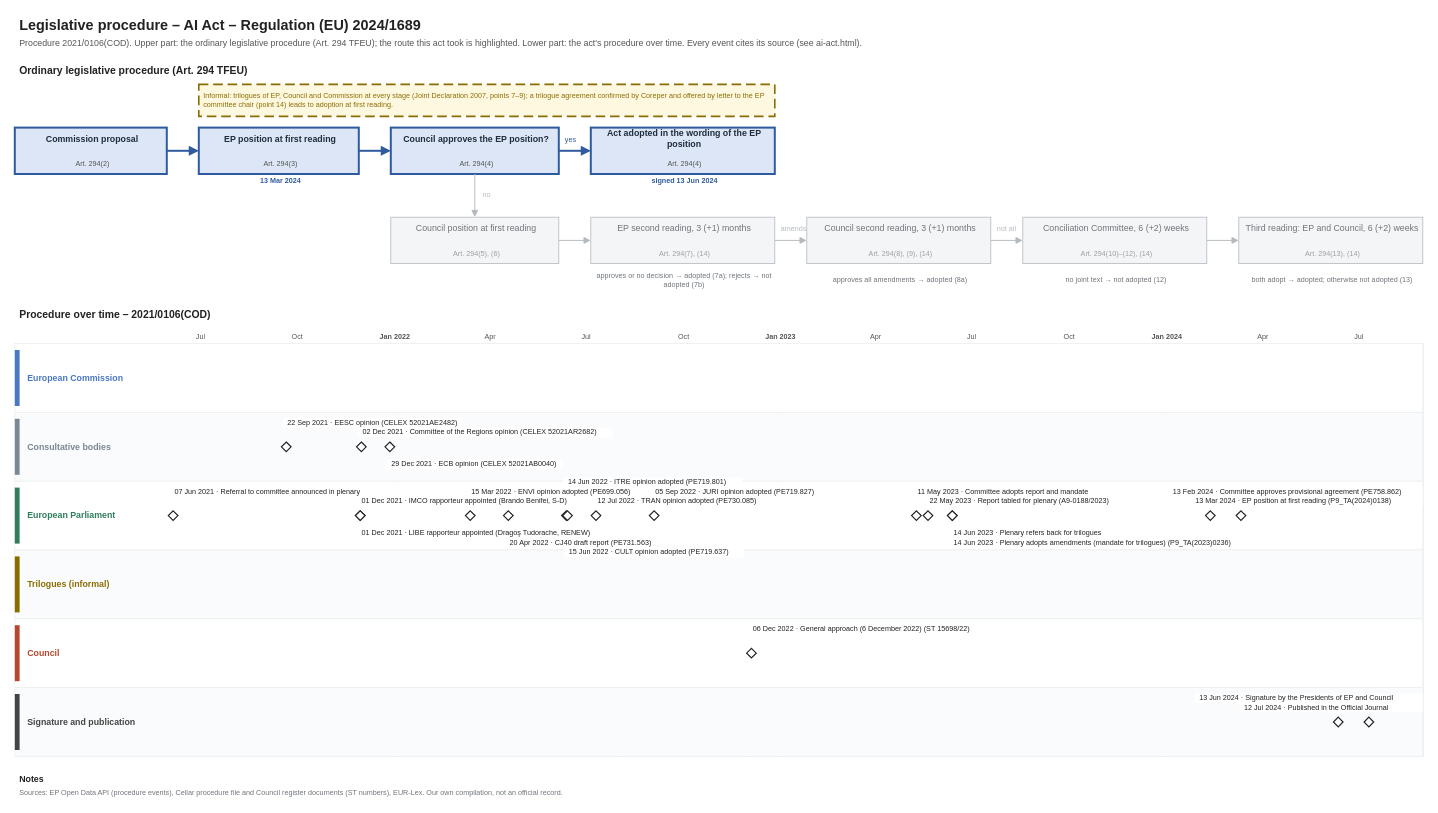
Before: procedures/ai-act.drawio in git-z0man/eu-regulation-timeline, a draw.io diagram. Source tidied: cells renumbered, new cells numbered last; positions are measured from the earlier drawing's top-left corner, leaving out a move shared by most shapes. Both pictures are drawn from the tidied source at 80%, with x=0, y=0 at pixel (14, 14).
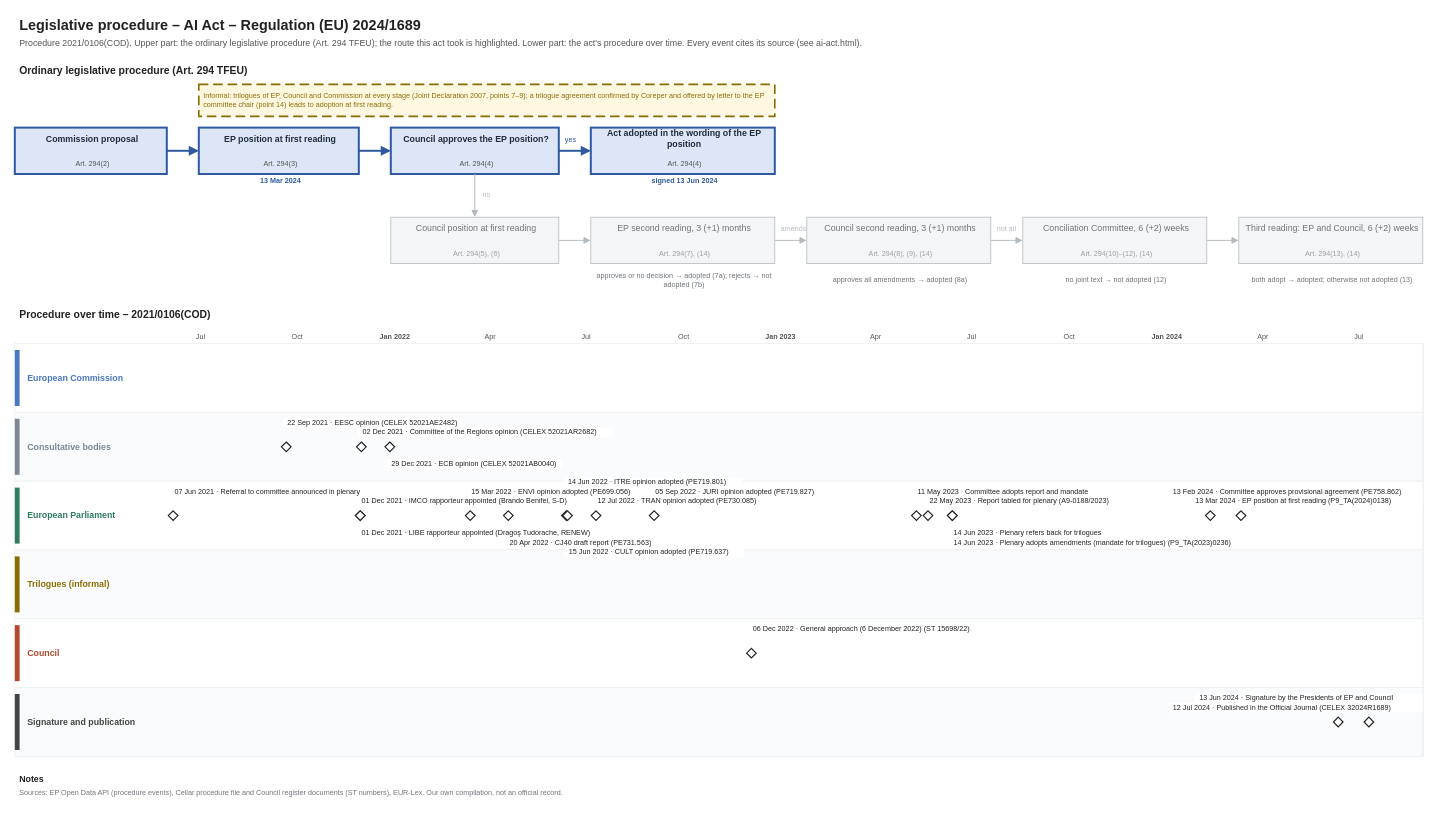
The same page after the edit.

The edit, as a diff of the source:
```diff
@@
-    <mxCell id="165" value="12 Jul 2024 · Published in the Official Journal" style="text;html=1;fontSize=9;fontColor=#222222;align=left;verticalAlign=middle;spacingLeft=4;fillColor=#ffffff;" parent="1" vertex="1">
-      <mxGeometry x="1531.1" y="861" width="228.9" height="12" as="geometry" />
+    <mxCell id="165" value="12 Jul 2024 · Published in the Official Journal (CELEX 32024R1689)" style="text;html=1;fontSize=9;fontColor=#222222;align=left;verticalAlign=middle;spacingLeft=4;fillColor=#ffffff;" parent="1" vertex="1">
+      <mxGeometry x="1441.8" y="861" width="318.2" height="12" as="geometry" />
     </mxCell>
```
